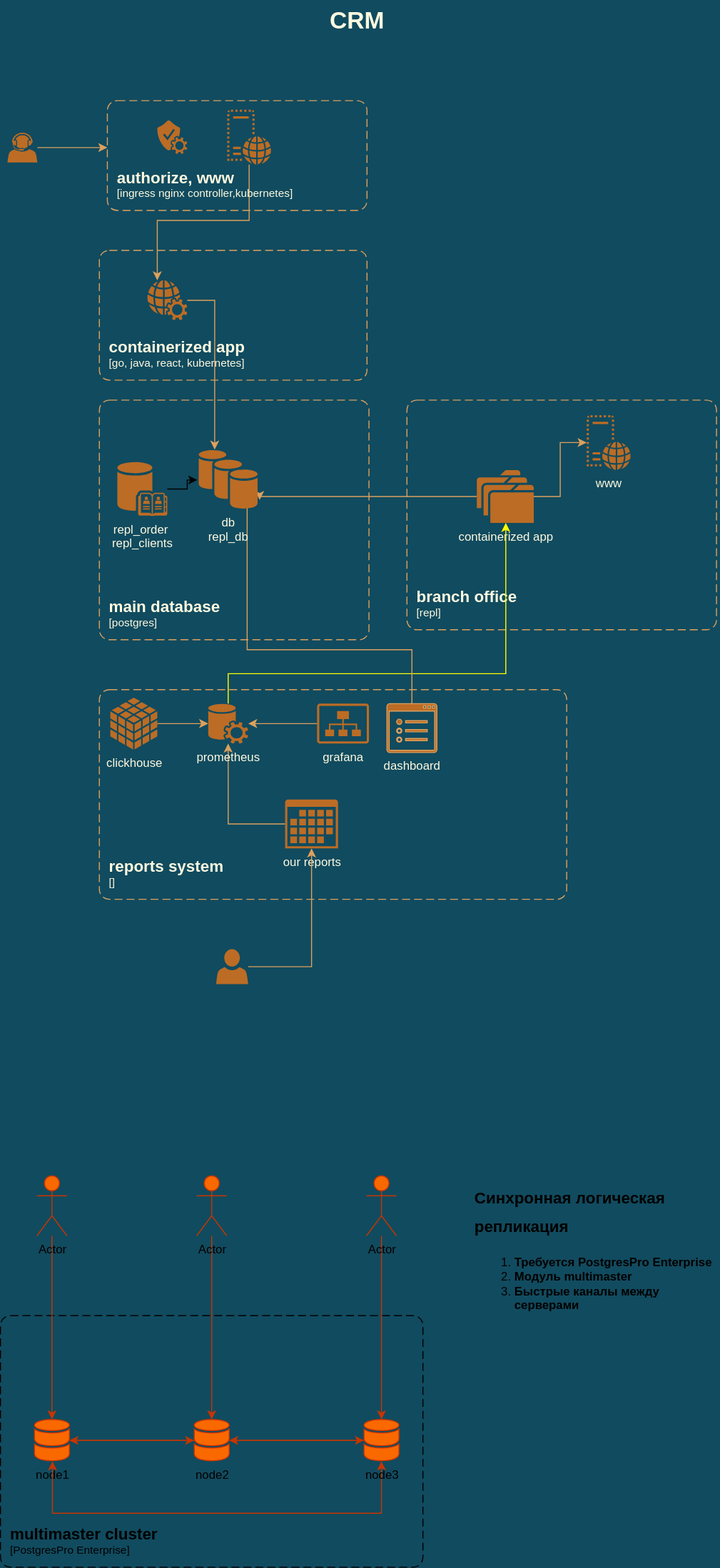
The draw.io diagram arch_schem.svg in theotheo46/gb, before a commit. Source tidied: cells renumbered, new cells last; positions are measured from the earlier drawing's top-left corner, leaving out a move shared by most shapes.
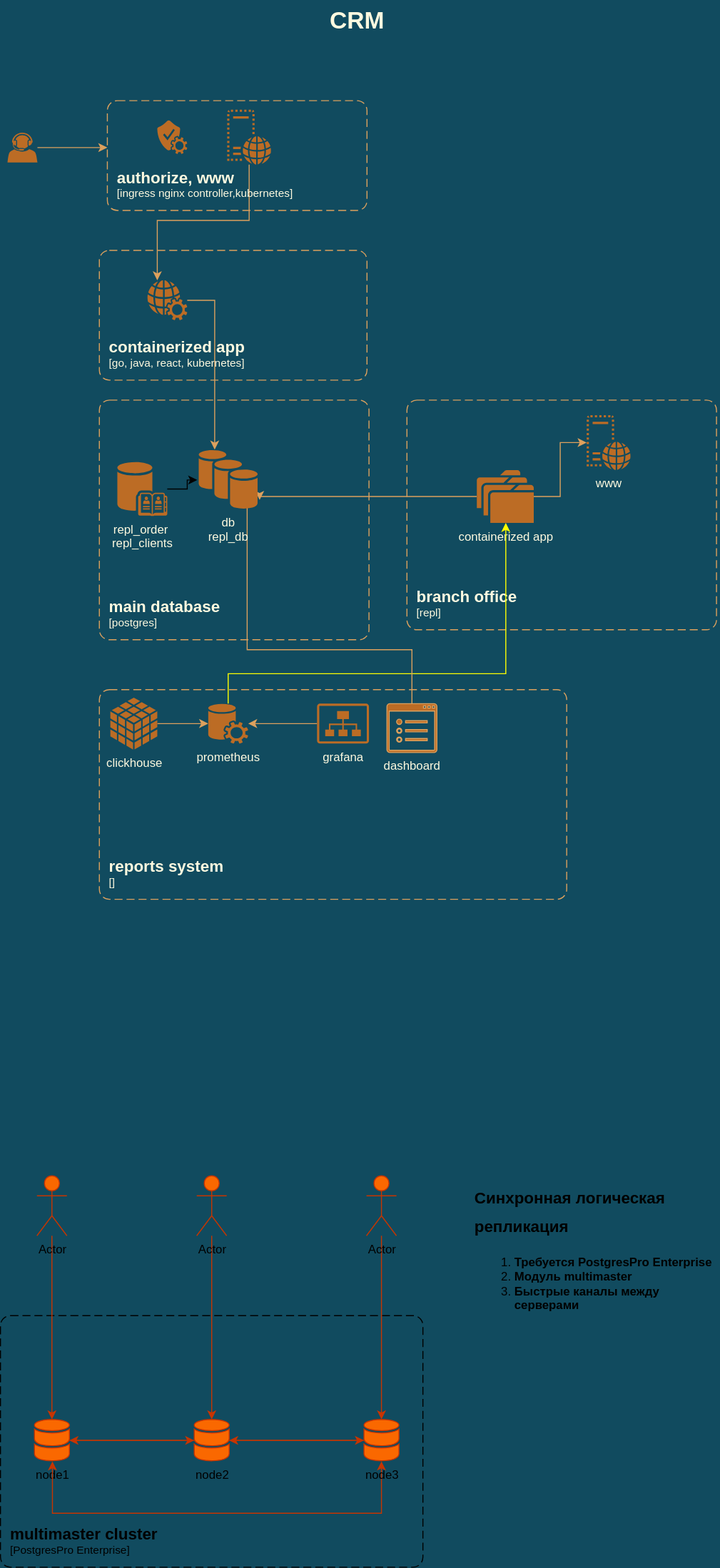
Above is the later version.

What changed in the source:
```diff
@@ -93,12 +93,6 @@
         <mxGeometry x="99" y="690" width="468" height="210" as="geometry" />
       </mxCell>
     </object>
-    <mxCell id="24" style="edgeStyle=orthogonalEdgeStyle;rounded=0;jettySize=auto;html=1;labelBackgroundColor=#283618;strokeColor=#DDA15E;fontColor=#FEFAE0;" parent="1" edge="1" source="25" target="29">
-      <mxGeometry relative="1" as="geometry" />
-    </mxCell>
-    <mxCell id="25" value="our reports" style="sketch=0;shadow=0;dashed=0;html=1;strokeColor=none;fillColor=#BC6C25;labelPosition=center;verticalLabelPosition=bottom;verticalAlign=top;outlineConnect=0;align=center;shape=mxgraph.office.concepts.calendar;fontColor=#FEFAE0;" parent="1" vertex="1">
-      <mxGeometry x="285" y="800" width="53" height="49" as="geometry" />
-    </mxCell>
     <mxCell id="26" style="edgeStyle=orthogonalEdgeStyle;rounded=0;jettySize=auto;html=1;labelBackgroundColor=#283618;strokeColor=#DDA15E;fontColor=#FEFAE0;" parent="1" edge="1" source="27" target="29">
       <mxGeometry relative="1" as="geometry" />
     </mxCell>
@@ -116,12 +110,6 @@
     <mxCell id="29" value="prometheus" style="sketch=0;shadow=0;dashed=0;html=1;strokeColor=none;fillColor=#BC6C25;labelPosition=center;verticalLabelPosition=bottom;verticalAlign=top;outlineConnect=0;align=center;shape=mxgraph.office.services.central_management_service;fontColor=#FEFAE0;" parent="1" vertex="1">
       <mxGeometry x="208" y="704" width="40" height="40" as="geometry" />
     </mxCell>
-    <mxCell id="30" style="edgeStyle=orthogonalEdgeStyle;rounded=0;jettySize=auto;html=1;strokeColor=#DDA15E;fontColor=#FEFAE0;fillColor=#BC6C25;labelBackgroundColor=#283618;" parent="1" edge="1" source="31" target="25">
-      <mxGeometry relative="1" as="geometry" />
-    </mxCell>
-    <mxCell id="31" style="sketch=0;shadow=0;dashed=0;html=1;strokeColor=none;fillColor=#BC6C25;labelPosition=center;verticalLabelPosition=bottom;verticalAlign=top;outlineConnect=0;align=center;shape=mxgraph.office.users.user;fontColor=#FEFAE0;" parent="1" vertex="1">
-      <mxGeometry x="216" y="950" width="32" height="35" as="geometry" />
-    </mxCell>
     <mxCell id="32" style="edgeStyle=orthogonalEdgeStyle;rounded=0;jettySize=auto;html=1;strokeColor=#DDA15E;fontColor=#FEFAE0;fillColor=#BC6C25;labelBackgroundColor=#283618;" parent="1" edge="1" source="33">
       <mxGeometry relative="1" as="geometry">
         <mxPoint x="247" y="490" as="targetPoint" />
```
